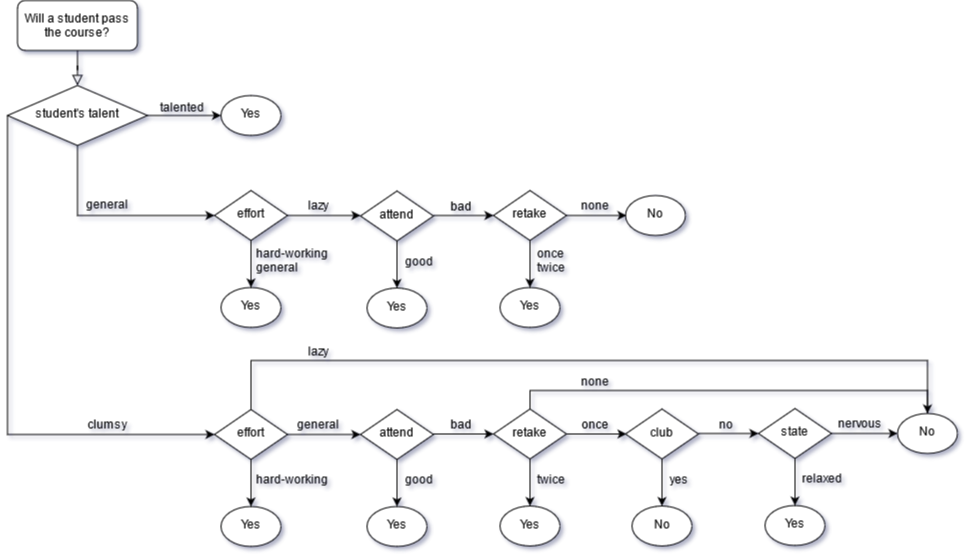
robertlin0401/Data-Mining-Project2 keeps this draw.io diagram as rules.png. Above is the earlier version. Source tidied: cells renumbered, new cells last; positions are measured from the earlier drawing's top-left corner, leaving out a move shared by most shapes. The source it was exported from:
```xml
<mxGraphModel shadow="1">
  <root>
    <mxCell id="0" />
    <mxCell id="1" parent="0" />
    <mxCell id="2" style="rounded=0;html=1;jettySize=auto;fontSize=11;endArrow=block;endFill=0;endSize=8;strokeWidth=1;shadow=0;labelBackgroundColor=none;edgeStyle=orthogonalEdgeStyle;" parent="1" edge="1" source="3" target="5">
      <mxGeometry relative="1" as="geometry" />
    </mxCell>
    <mxCell id="3" value="Will a student pass the course?" style="rounded=1;whiteSpace=wrap;html=1;fontSize=12;glass=0;strokeWidth=1;shadow=0;" parent="1" vertex="1">
      <mxGeometry x="10" width="120" height="50" as="geometry" />
    </mxCell>
    <mxCell id="4" style="edgeStyle=orthogonalEdgeStyle;rounded=0;jettySize=auto;html=1;" parent="1" edge="1" source="5" target="6">
      <mxGeometry relative="1" as="geometry" />
    </mxCell>
    <mxCell id="5" value="student's talent" style="rhombus;whiteSpace=wrap;html=1;shadow=0;fontFamily=Helvetica;fontSize=12;align=center;strokeWidth=1;spacing=6;spacingTop=-4;" parent="1" vertex="1">
      <mxGeometry y="85" width="140" height="60" as="geometry" />
    </mxCell>
    <mxCell id="6" value="Yes" style="ellipse;whiteSpace=wrap;html=1;shadow=0;strokeWidth=1;spacing=6;spacingTop=-4;" parent="1" vertex="1">
      <mxGeometry x="213.5" y="95" width="60" height="40" as="geometry" />
    </mxCell>
    <mxCell id="7" value="&lt;div&gt;talented&lt;/div&gt;&lt;div&gt;&lt;br&gt;&lt;/div&gt;" style="text;html=1;strokeColor=none;fillColor=none;align=center;verticalAlign=middle;whiteSpace=wrap;rounded=0;" parent="1" vertex="1">
      <mxGeometry x="145" y="99" width="60" height="30" as="geometry" />
    </mxCell>
    <mxCell id="8" style="edgeStyle=orthogonalEdgeStyle;rounded=0;jettySize=auto;html=1;exitX=0.5;exitY=1;exitDx=0;exitDy=0;" parent="1" edge="1" source="5" target="12">
      <mxGeometry relative="1" as="geometry">
        <Array as="points">
          <mxPoint x="70" y="215" />
        </Array>
      </mxGeometry>
    </mxCell>
    <mxCell id="9" style="edgeStyle=orthogonalEdgeStyle;rounded=0;jettySize=auto;html=1;entryX=0;entryY=0.5;entryDx=0;entryDy=0;exitX=0;exitY=0.5;exitDx=0;exitDy=0;" parent="1" edge="1" source="5" target="28">
      <mxGeometry relative="1" as="geometry">
        <Array as="points">
          <mxPoint y="434" />
        </Array>
      </mxGeometry>
    </mxCell>
    <mxCell id="10" style="edgeStyle=orthogonalEdgeStyle;rounded=0;jettySize=auto;html=1;" parent="1" edge="1" source="12">
      <mxGeometry relative="1" as="geometry">
        <mxPoint x="353" y="215" as="targetPoint" />
      </mxGeometry>
    </mxCell>
    <mxCell id="11" style="edgeStyle=orthogonalEdgeStyle;rounded=0;jettySize=auto;html=1;entryX=0.5;entryY=0;entryDx=0;entryDy=0;" parent="1" edge="1" source="12" target="16">
      <mxGeometry relative="1" as="geometry" />
    </mxCell>
    <mxCell id="12" value="effort" style="rhombus;whiteSpace=wrap;html=1;shadow=0;fontFamily=Helvetica;fontSize=12;align=center;strokeWidth=1;spacing=6;spacingTop=-4;" parent="1" vertex="1">
      <mxGeometry x="207" y="190" width="73" height="50" as="geometry" />
    </mxCell>
    <mxCell id="13" value="&lt;div&gt;general&lt;/div&gt;" style="text;html=1;strokeColor=none;fillColor=none;align=center;verticalAlign=middle;whiteSpace=wrap;rounded=0;" parent="1" vertex="1">
      <mxGeometry x="70" y="189" width="60" height="30" as="geometry" />
    </mxCell>
    <mxCell id="14" value="&lt;div&gt;clumsy&lt;/div&gt;" style="text;html=1;strokeColor=none;fillColor=none;align=center;verticalAlign=middle;whiteSpace=wrap;rounded=0;" parent="1" vertex="1">
      <mxGeometry x="70" y="409" width="60" height="30" as="geometry" />
    </mxCell>
    <mxCell id="15" value="&lt;div&gt;attend&lt;/div&gt;" style="rhombus;whiteSpace=wrap;html=1;shadow=0;fontFamily=Helvetica;fontSize=12;align=center;strokeWidth=1;spacing=6;spacingTop=-4;" parent="1" vertex="1">
      <mxGeometry x="353" y="190.5" width="73" height="50" as="geometry" />
    </mxCell>
    <mxCell id="16" value="Yes" style="ellipse;whiteSpace=wrap;html=1;shadow=0;strokeWidth=1;spacing=6;spacingTop=-4;" parent="1" vertex="1">
      <mxGeometry x="213.5" y="287" width="60" height="40" as="geometry" />
    </mxCell>
    <mxCell id="17" style="edgeStyle=orthogonalEdgeStyle;rounded=0;jettySize=auto;html=1;entryX=0.5;entryY=0;entryDx=0;entryDy=0;" parent="1" edge="1" target="18">
      <mxGeometry relative="1" as="geometry">
        <mxPoint x="389.5" y="240.5" as="sourcePoint" />
      </mxGeometry>
    </mxCell>
    <mxCell id="18" value="Yes" style="ellipse;whiteSpace=wrap;html=1;shadow=0;strokeWidth=1;spacing=6;spacingTop=-4;" parent="1" vertex="1">
      <mxGeometry x="359.5" y="287.5" width="60" height="40" as="geometry" />
    </mxCell>
    <mxCell id="19" value="&lt;div&gt;hard-working&lt;/div&gt;&lt;div align=&quot;left&quot;&gt;general&lt;/div&gt;" style="text;html=1;strokeColor=none;fillColor=none;align=left;verticalAlign=middle;whiteSpace=wrap;rounded=0;" parent="1" vertex="1">
      <mxGeometry x="247" y="245" width="80" height="30" as="geometry" />
    </mxCell>
    <mxCell id="20" value="&lt;div&gt;lazy&lt;/div&gt;" style="text;html=1;strokeColor=none;fillColor=none;align=center;verticalAlign=middle;whiteSpace=wrap;rounded=0;" parent="1" vertex="1">
      <mxGeometry x="281" y="190" width="60" height="30" as="geometry" />
    </mxCell>
    <mxCell id="21" value="&lt;div&gt;good&lt;/div&gt;" style="text;html=1;strokeColor=none;fillColor=none;align=center;verticalAlign=middle;whiteSpace=wrap;rounded=0;" parent="1" vertex="1">
      <mxGeometry x="382" y="245.5" width="60" height="30" as="geometry" />
    </mxCell>
    <mxCell id="22" style="edgeStyle=orthogonalEdgeStyle;rounded=0;orthogonalLoop=1;jettySize=auto;html=1;" parent="1" edge="1">
      <mxGeometry relative="1" as="geometry">
        <mxPoint x="426" y="215" as="sourcePoint" />
        <mxPoint x="486" y="215" as="targetPoint" />
      </mxGeometry>
    </mxCell>
    <mxCell id="23" value="No" style="ellipse;whiteSpace=wrap;html=1;shadow=0;strokeWidth=1;spacing=6;spacingTop=-4;" parent="1" vertex="1">
      <mxGeometry x="618" y="195" width="60" height="40" as="geometry" />
    </mxCell>
    <mxCell id="24" value="bad" style="text;html=1;strokeColor=none;fillColor=none;align=center;verticalAlign=middle;whiteSpace=wrap;rounded=0;" parent="1" vertex="1">
      <mxGeometry x="424" y="190.5" width="60" height="30" as="geometry" />
    </mxCell>
    <mxCell id="25" style="edgeStyle=orthogonalEdgeStyle;rounded=0;jettySize=auto;html=1;" parent="1" edge="1" source="28">
      <mxGeometry relative="1" as="geometry">
        <mxPoint x="353" y="434" as="targetPoint" />
      </mxGeometry>
    </mxCell>
    <mxCell id="26" style="edgeStyle=orthogonalEdgeStyle;rounded=0;jettySize=auto;html=1;entryX=0.5;entryY=0;entryDx=0;entryDy=0;" parent="1" edge="1" source="28" target="29">
      <mxGeometry relative="1" as="geometry" />
    </mxCell>
    <mxCell id="27" style="edgeStyle=orthogonalEdgeStyle;rounded=0;jettySize=auto;html=1;fontSize=10;" parent="1" edge="1" source="28">
      <mxGeometry relative="1" as="geometry">
        <mxPoint x="910" y="450" as="targetPoint" />
        <Array as="points">
          <mxPoint x="244" y="360" />
          <mxPoint x="920" y="360" />
          <mxPoint x="920" y="439" />
          <mxPoint x="910" y="439" />
        </Array>
      </mxGeometry>
    </mxCell>
    <mxCell id="28" value="effort" style="rhombus;whiteSpace=wrap;html=1;shadow=0;fontFamily=Helvetica;fontSize=12;align=center;strokeWidth=1;spacing=6;spacingTop=-4;" parent="1" vertex="1">
      <mxGeometry x="207" y="409" width="73" height="50" as="geometry" />
    </mxCell>
    <mxCell id="29" value="Yes" style="ellipse;whiteSpace=wrap;html=1;shadow=0;strokeWidth=1;spacing=6;spacingTop=-4;" parent="1" vertex="1">
      <mxGeometry x="213.5" y="506" width="60" height="40" as="geometry" />
    </mxCell>
    <mxCell id="30" value="&lt;div&gt;hard-working&lt;/div&gt;" style="text;html=1;strokeColor=none;fillColor=none;align=left;verticalAlign=middle;whiteSpace=wrap;rounded=0;" parent="1" vertex="1">
      <mxGeometry x="247" y="464" width="80" height="30" as="geometry" />
    </mxCell>
    <mxCell id="31" value="&lt;div&gt;&lt;div align=&quot;left&quot;&gt;general&lt;/div&gt;&lt;/div&gt;" style="text;html=1;strokeColor=none;fillColor=none;align=center;verticalAlign=middle;whiteSpace=wrap;rounded=0;" parent="1" vertex="1">
      <mxGeometry x="281" y="409" width="60" height="30" as="geometry" />
    </mxCell>
    <mxCell id="32" value="No" style="ellipse;whiteSpace=wrap;html=1;shadow=0;strokeWidth=1;spacing=6;spacingTop=-4;" parent="1" vertex="1">
      <mxGeometry x="890" y="413" width="60" height="40" as="geometry" />
    </mxCell>
    <mxCell id="33" value="&lt;div&gt;lazy&lt;/div&gt;" style="text;html=1;strokeColor=none;fillColor=none;align=center;verticalAlign=middle;whiteSpace=wrap;rounded=0;" parent="1" vertex="1">
      <mxGeometry x="281" y="336" width="60" height="30" as="geometry" />
    </mxCell>
    <mxCell id="34" style="edgeStyle=orthogonalEdgeStyle;rounded=0;jettySize=auto;html=1;" parent="1" edge="1" source="35">
      <mxGeometry relative="1" as="geometry">
        <mxPoint x="619" y="215" as="targetPoint" />
      </mxGeometry>
    </mxCell>
    <mxCell id="35" value="&lt;div&gt;retake&lt;/div&gt;" style="rhombus;whiteSpace=wrap;html=1;shadow=0;fontFamily=Helvetica;fontSize=12;align=center;strokeWidth=1;spacing=6;spacingTop=-4;" parent="1" vertex="1">
      <mxGeometry x="486" y="190" width="73" height="50" as="geometry" />
    </mxCell>
    <mxCell id="36" style="edgeStyle=orthogonalEdgeStyle;rounded=0;jettySize=auto;html=1;entryX=0.5;entryY=0;entryDx=0;entryDy=0;" parent="1" edge="1" target="37">
      <mxGeometry relative="1" as="geometry">
        <mxPoint x="522.5" y="240" as="sourcePoint" />
      </mxGeometry>
    </mxCell>
    <mxCell id="37" value="Yes" style="ellipse;whiteSpace=wrap;html=1;shadow=0;strokeWidth=1;spacing=6;spacingTop=-4;" parent="1" vertex="1">
      <mxGeometry x="492.5" y="287" width="60" height="40" as="geometry" />
    </mxCell>
    <mxCell id="38" value="&lt;div&gt;once&lt;/div&gt;&lt;div&gt;twice&lt;/div&gt;" style="text;html=1;strokeColor=none;fillColor=none;align=left;verticalAlign=middle;whiteSpace=wrap;rounded=0;" parent="1" vertex="1">
      <mxGeometry x="528" y="245" width="80" height="30" as="geometry" />
    </mxCell>
    <mxCell id="39" value="&lt;div&gt;none&lt;/div&gt;" style="text;html=1;strokeColor=none;fillColor=none;align=center;verticalAlign=middle;whiteSpace=wrap;rounded=0;" parent="1" vertex="1">
      <mxGeometry x="558" y="190" width="60" height="30" as="geometry" />
    </mxCell>
    <mxCell id="40" value="&lt;div&gt;attend&lt;/div&gt;" style="rhombus;whiteSpace=wrap;html=1;shadow=0;fontFamily=Helvetica;fontSize=12;align=center;strokeWidth=1;spacing=6;spacingTop=-4;" parent="1" vertex="1">
      <mxGeometry x="353" y="409" width="73" height="50" as="geometry" />
    </mxCell>
    <mxCell id="41" style="edgeStyle=orthogonalEdgeStyle;rounded=0;jettySize=auto;html=1;entryX=0.5;entryY=0;entryDx=0;entryDy=0;" parent="1" edge="1" target="42">
      <mxGeometry relative="1" as="geometry">
        <mxPoint x="389.5" y="459" as="sourcePoint" />
      </mxGeometry>
    </mxCell>
    <mxCell id="42" value="Yes" style="ellipse;whiteSpace=wrap;html=1;shadow=0;strokeWidth=1;spacing=6;spacingTop=-4;" parent="1" vertex="1">
      <mxGeometry x="359.5" y="506" width="60" height="40" as="geometry" />
    </mxCell>
    <mxCell id="43" value="&lt;div&gt;good&lt;/div&gt;" style="text;html=1;strokeColor=none;fillColor=none;align=center;verticalAlign=middle;whiteSpace=wrap;rounded=0;" parent="1" vertex="1">
      <mxGeometry x="382" y="464" width="60" height="30" as="geometry" />
    </mxCell>
    <mxCell id="44" style="edgeStyle=orthogonalEdgeStyle;rounded=0;orthogonalLoop=1;jettySize=auto;html=1;" parent="1" edge="1">
      <mxGeometry relative="1" as="geometry">
        <mxPoint x="426" y="433.5" as="sourcePoint" />
        <mxPoint x="486" y="433.5" as="targetPoint" />
      </mxGeometry>
    </mxCell>
    <mxCell id="45" value="bad" style="text;html=1;strokeColor=none;fillColor=none;align=center;verticalAlign=middle;whiteSpace=wrap;rounded=0;" parent="1" vertex="1">
      <mxGeometry x="424" y="409" width="60" height="30" as="geometry" />
    </mxCell>
    <mxCell id="46" style="edgeStyle=orthogonalEdgeStyle;rounded=0;jettySize=auto;html=1;" parent="1" edge="1" source="48">
      <mxGeometry relative="1" as="geometry">
        <mxPoint x="619" y="433.5" as="targetPoint" />
      </mxGeometry>
    </mxCell>
    <mxCell id="47" style="edgeStyle=orthogonalEdgeStyle;rounded=0;jettySize=auto;html=1;fontSize=10;" parent="1" edge="1" source="48" target="32">
      <mxGeometry relative="1" as="geometry">
        <Array as="points">
          <mxPoint x="523" y="390" />
          <mxPoint x="920" y="390" />
        </Array>
      </mxGeometry>
    </mxCell>
    <mxCell id="48" value="&lt;div&gt;retake&lt;/div&gt;" style="rhombus;whiteSpace=wrap;html=1;shadow=0;fontFamily=Helvetica;fontSize=12;align=center;strokeWidth=1;spacing=6;spacingTop=-4;" parent="1" vertex="1">
      <mxGeometry x="486" y="408.5" width="73" height="50" as="geometry" />
    </mxCell>
    <mxCell id="49" style="edgeStyle=orthogonalEdgeStyle;rounded=0;jettySize=auto;html=1;entryX=0.5;entryY=0;entryDx=0;entryDy=0;" parent="1" edge="1" target="50">
      <mxGeometry relative="1" as="geometry">
        <mxPoint x="522.5" y="458.5" as="sourcePoint" />
      </mxGeometry>
    </mxCell>
    <mxCell id="50" value="Yes" style="ellipse;whiteSpace=wrap;html=1;shadow=0;strokeWidth=1;spacing=6;spacingTop=-4;" parent="1" vertex="1">
      <mxGeometry x="492.5" y="505.5" width="60" height="40" as="geometry" />
    </mxCell>
    <mxCell id="51" value="&lt;div&gt;twice&lt;/div&gt;" style="text;html=1;strokeColor=none;fillColor=none;align=left;verticalAlign=middle;whiteSpace=wrap;rounded=0;" parent="1" vertex="1">
      <mxGeometry x="528" y="463.5" width="80" height="30" as="geometry" />
    </mxCell>
    <mxCell id="52" value="once" style="text;html=1;strokeColor=none;fillColor=none;align=center;verticalAlign=middle;whiteSpace=wrap;rounded=0;" parent="1" vertex="1">
      <mxGeometry x="558" y="408.5" width="60" height="30" as="geometry" />
    </mxCell>
    <mxCell id="53" value="&lt;div&gt;none&lt;/div&gt;" style="text;html=1;strokeColor=none;fillColor=none;align=center;verticalAlign=middle;whiteSpace=wrap;rounded=0;" parent="1" vertex="1">
      <mxGeometry x="558" y="363" width="60" height="35" as="geometry" />
    </mxCell>
    <mxCell id="54" value="club" style="rhombus;whiteSpace=wrap;html=1;shadow=0;fontFamily=Helvetica;fontSize=12;align=center;strokeWidth=1;spacing=6;spacingTop=-4;" parent="1" vertex="1">
      <mxGeometry x="618" y="408.5" width="73" height="50" as="geometry" />
    </mxCell>
    <mxCell id="55" style="edgeStyle=orthogonalEdgeStyle;rounded=0;jettySize=auto;html=1;entryX=0.5;entryY=0;entryDx=0;entryDy=0;" parent="1" edge="1" target="56">
      <mxGeometry relative="1" as="geometry">
        <mxPoint x="654.5" y="458.5" as="sourcePoint" />
      </mxGeometry>
    </mxCell>
    <mxCell id="56" value="No" style="ellipse;whiteSpace=wrap;html=1;shadow=0;strokeWidth=1;spacing=6;spacingTop=-4;" parent="1" vertex="1">
      <mxGeometry x="624.5" y="505.5" width="60" height="40" as="geometry" />
    </mxCell>
    <mxCell id="57" value="yes" style="text;html=1;strokeColor=none;fillColor=none;align=center;verticalAlign=middle;whiteSpace=wrap;rounded=0;" parent="1" vertex="1">
      <mxGeometry x="642" y="463.5" width="60" height="30" as="geometry" />
    </mxCell>
    <mxCell id="58" style="edgeStyle=orthogonalEdgeStyle;rounded=0;orthogonalLoop=1;jettySize=auto;html=1;" parent="1" edge="1">
      <mxGeometry relative="1" as="geometry">
        <mxPoint x="691" y="433" as="sourcePoint" />
        <mxPoint x="751" y="433" as="targetPoint" />
      </mxGeometry>
    </mxCell>
    <mxCell id="59" value="no" style="text;html=1;strokeColor=none;fillColor=none;align=center;verticalAlign=middle;whiteSpace=wrap;rounded=0;" parent="1" vertex="1">
      <mxGeometry x="689" y="408.5" width="60" height="30" as="geometry" />
    </mxCell>
    <mxCell id="60" style="edgeStyle=orthogonalEdgeStyle;rounded=0;jettySize=auto;html=1;entryX=0;entryY=0.5;entryDx=0;entryDy=0;" parent="1" edge="1" source="61" target="32">
      <mxGeometry relative="1" as="geometry">
        <Array as="points">
          <mxPoint x="870" y="433" />
          <mxPoint x="870" y="433" />
        </Array>
      </mxGeometry>
    </mxCell>
    <mxCell id="61" value="state" style="rhombus;whiteSpace=wrap;html=1;shadow=0;fontFamily=Helvetica;fontSize=12;align=center;strokeWidth=1;spacing=6;spacingTop=-4;" parent="1" vertex="1">
      <mxGeometry x="751" y="408" width="73" height="50" as="geometry" />
    </mxCell>
    <mxCell id="62" style="edgeStyle=orthogonalEdgeStyle;rounded=0;jettySize=auto;html=1;entryX=0.5;entryY=0;entryDx=0;entryDy=0;" parent="1" edge="1" target="63">
      <mxGeometry relative="1" as="geometry">
        <mxPoint x="787.5" y="458" as="sourcePoint" />
      </mxGeometry>
    </mxCell>
    <mxCell id="63" value="Yes" style="ellipse;whiteSpace=wrap;html=1;shadow=0;strokeWidth=1;spacing=6;spacingTop=-4;" parent="1" vertex="1">
      <mxGeometry x="757.5" y="505" width="60" height="40" as="geometry" />
    </mxCell>
    <mxCell id="64" value="relaxed" style="text;html=1;strokeColor=none;fillColor=none;align=left;verticalAlign=middle;whiteSpace=wrap;rounded=0;" parent="1" vertex="1">
      <mxGeometry x="793" y="463" width="80" height="30" as="geometry" />
    </mxCell>
    <mxCell id="65" value="nervous" style="text;html=1;strokeColor=none;fillColor=none;align=center;verticalAlign=middle;whiteSpace=wrap;rounded=0;" parent="1" vertex="1">
      <mxGeometry x="823" y="408" width="60" height="30" as="geometry" />
    </mxCell>
  </root>
</mxGraphModel>
```
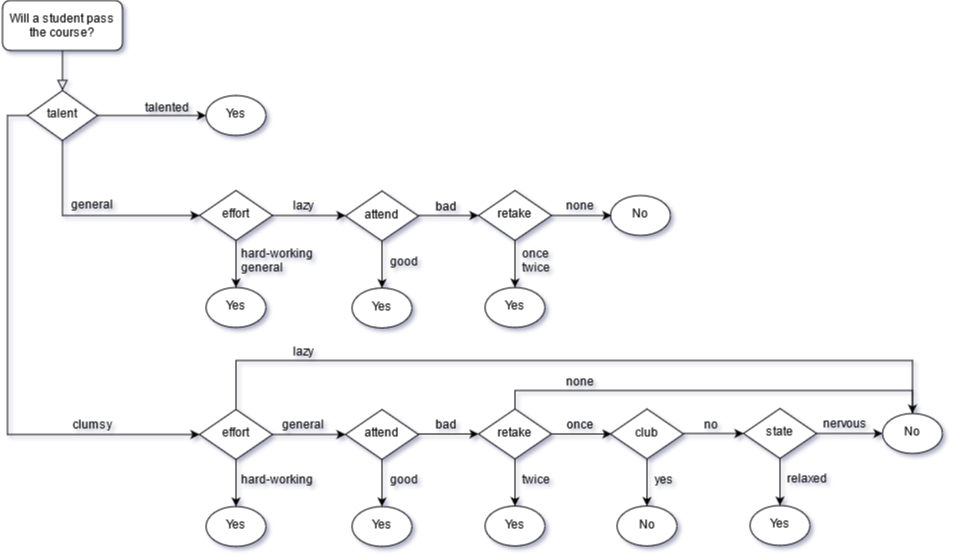
Later version of the same file.

What changed in the source:
```diff
@@ -11,8 +11,8 @@
     <mxCell id="4" style="edgeStyle=orthogonalEdgeStyle;rounded=0;jettySize=auto;html=1;" parent="1" edge="1" source="5" target="6">
       <mxGeometry relative="1" as="geometry" />
     </mxCell>
-    <mxCell id="5" value="student's talent" style="rhombus;whiteSpace=wrap;html=1;shadow=0;fontFamily=Helvetica;fontSize=12;align=center;strokeWidth=1;spacing=6;spacingTop=-4;" parent="1" vertex="1">
-      <mxGeometry y="85" width="140" height="60" as="geometry" />
+    <mxCell id="5" value="talent" style="rhombus;whiteSpace=wrap;html=1;shadow=0;fontFamily=Helvetica;fontSize=12;align=center;strokeWidth=1;spacing=6;spacingTop=-4;" parent="1" vertex="1">
+      <mxGeometry x="35" y="90" width="70" height="50" as="geometry" />
     </mxCell>
     <mxCell id="6" value="Yes" style="ellipse;whiteSpace=wrap;html=1;shadow=0;strokeWidth=1;spacing=6;spacingTop=-4;" parent="1" vertex="1">
       <mxGeometry x="213.5" y="95" width="60" height="40" as="geometry" />
@@ -30,7 +30,8 @@
     <mxCell id="9" style="edgeStyle=orthogonalEdgeStyle;rounded=0;jettySize=auto;html=1;entryX=0;entryY=0.5;entryDx=0;entryDy=0;exitX=0;exitY=0.5;exitDx=0;exitDy=0;" parent="1" edge="1" source="5" target="28">
       <mxGeometry relative="1" as="geometry">
         <Array as="points">
-          <mxPoint y="434" />
+          <mxPoint x="15" y="115" />
+          <mxPoint x="15" y="434" />
         </Array>
       </mxGeometry>
     </mxCell>
```
